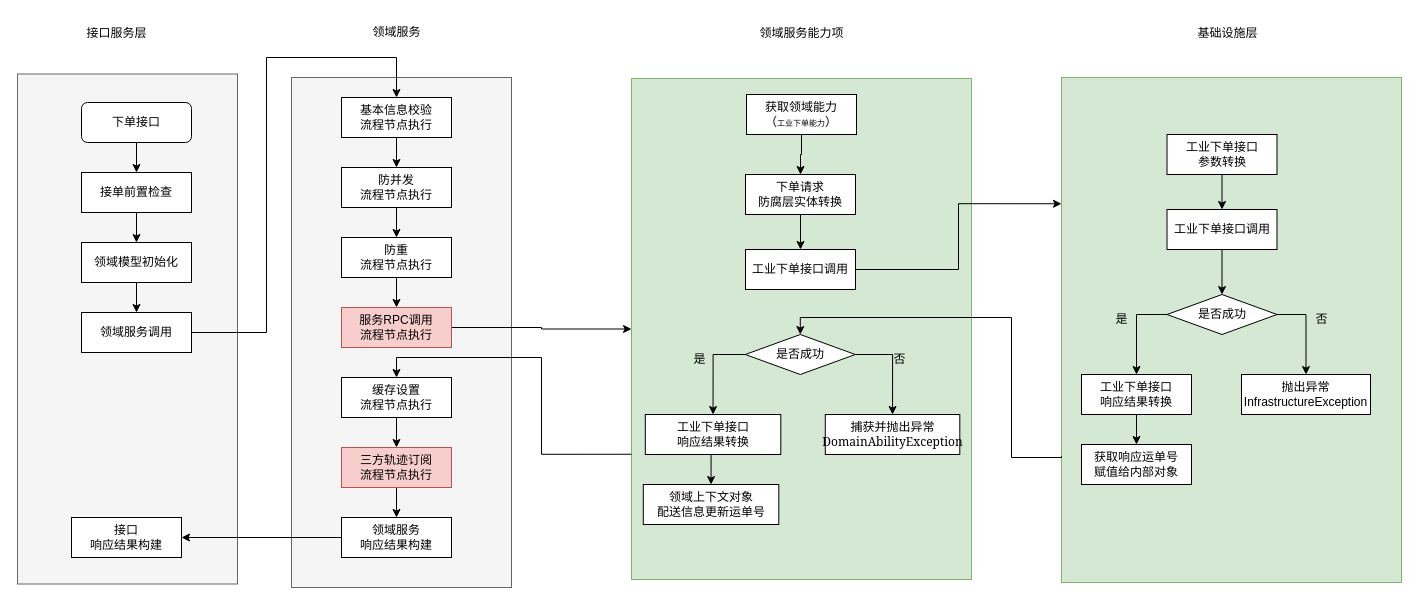
lixintao03/lixintao.github.io keeps this draw.io diagram as page "承运平台物流平台下单" (37 of 37) of Untitled Diagram.drawio. Above is the earlier version. Source tidied: cells renumbered, new cells numbered last; positions are measured from the earlier drawing's top-left corner, leaving out a move shared by most shapes. Both pictures are drawn from the tidied source at 100%, with x=0, y=0 at pixel (17, 17).
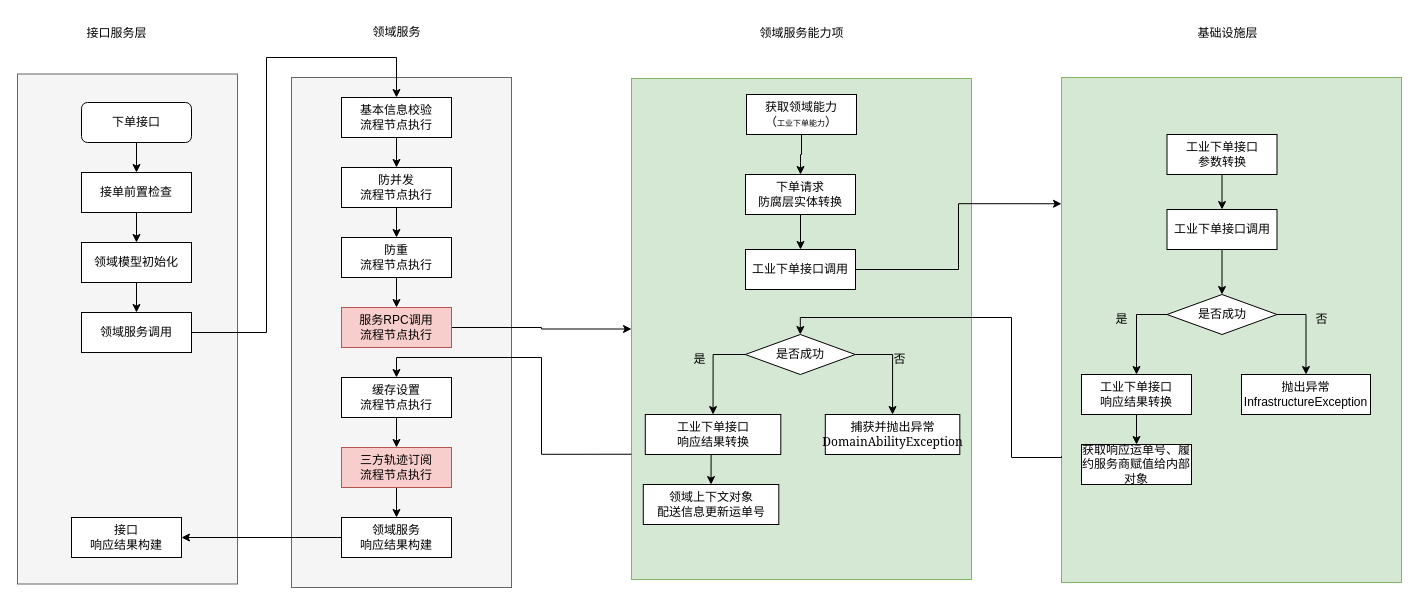
Above is the later version.

Change to the diagram source:
```diff
@@
-    <mxCell id="54" value="获取响应运单号&lt;br&gt;赋值给内部对象" style="rounded=0;whiteSpace=wrap;html=1;" parent="1" vertex="1">
+    <mxCell id="54" value="获取响应运单号、履约服务商赋值给内部对象" style="rounded=0;whiteSpace=wrap;html=1;" parent="1" vertex="1">
       <mxGeometry x="1064" y="427" width="110" height="40" as="geometry" />
     </mxCell>
```
